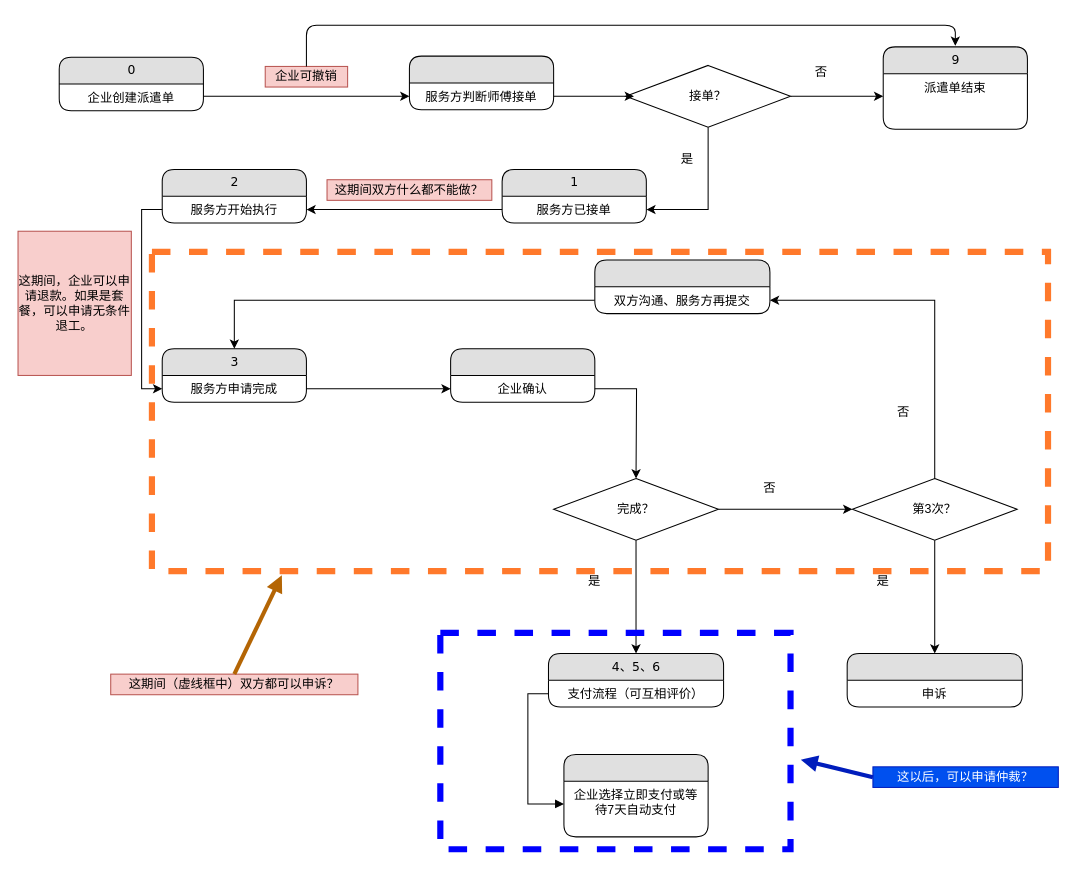
Above: draw.io/order_list_menu.drawio in Kevin-Huang-NZ/notes (draw.io), before the change. Source tidied: cells renumbered, new cells numbered last; positions are measured from the earlier drawing's top-left corner, leaving out a move shared by most shapes. Both pictures are drawn from the tidied source at 103%, with x=0, y=0 at pixel (18, 25).
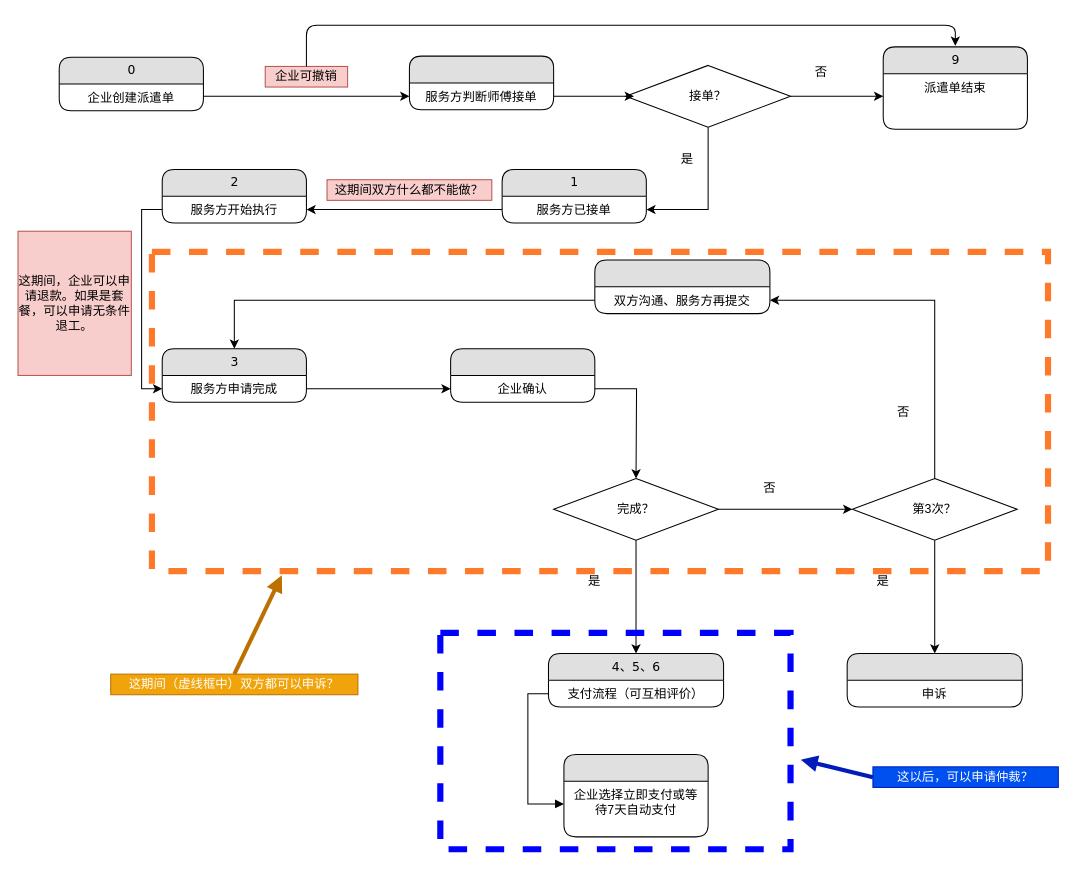
Above is the later version.

The change refers to these unchanged cells:
```xml
<mxCell id="50" style="rounded=0;whiteSpace=wrap;html=1;fillColor=none;dashed=1;strokeColor=#FF792B;strokeWidth=6;" parent="1" vertex="1">
  <mxGeometry x="130" y="220" width="870" height="310" as="geometry" />
</mxCell>
```

The edit, as a diff of the source:
```diff
@@
-    <mxCell id="51" value="这期间（虚线框中）双方都可以申诉？" style="text;html=1;strokeColor=#b85450;fillColor=#f8cecc;align=center;verticalAlign=middle;whiteSpace=wrap;rounded=0;" parent="1" vertex="1">
+    <mxCell id="51" value="这期间（虚线框中）双方都可以申诉？" style="text;html=1;strokeColor=#BD7000;fillColor=#f0a30a;align=center;verticalAlign=middle;whiteSpace=wrap;rounded=0;fontColor=#ffffff;" parent="1" vertex="1">
       <mxGeometry x="90" y="630" width="240" height="20" as="geometry" />
     </mxCell>
-    <mxCell id="52" style="endArrow=block;html=1;exitX=0.5;exitY=0;exitDx=0;exitDy=0;entryX=0.145;entryY=1.013;entryDx=0;entryDy=0;entryPerimeter=0;endFill=1;strokeWidth=4;fillColor=#fad7ac;strokeColor=#b46504;" parent="1" edge="1" source="51" target="50">
+    <mxCell id="52" style="endArrow=block;html=1;exitX=0.5;exitY=0;exitDx=0;exitDy=0;entryX=0.145;entryY=1.013;entryDx=0;entryDy=0;entryPerimeter=0;endFill=1;strokeWidth=4;fillColor=#f0a30a;strokeColor=#BD7000;" parent="1" edge="1" source="51" target="50">
       <mxGeometry relative="1" as="geometry" />
     </mxCell>
```
